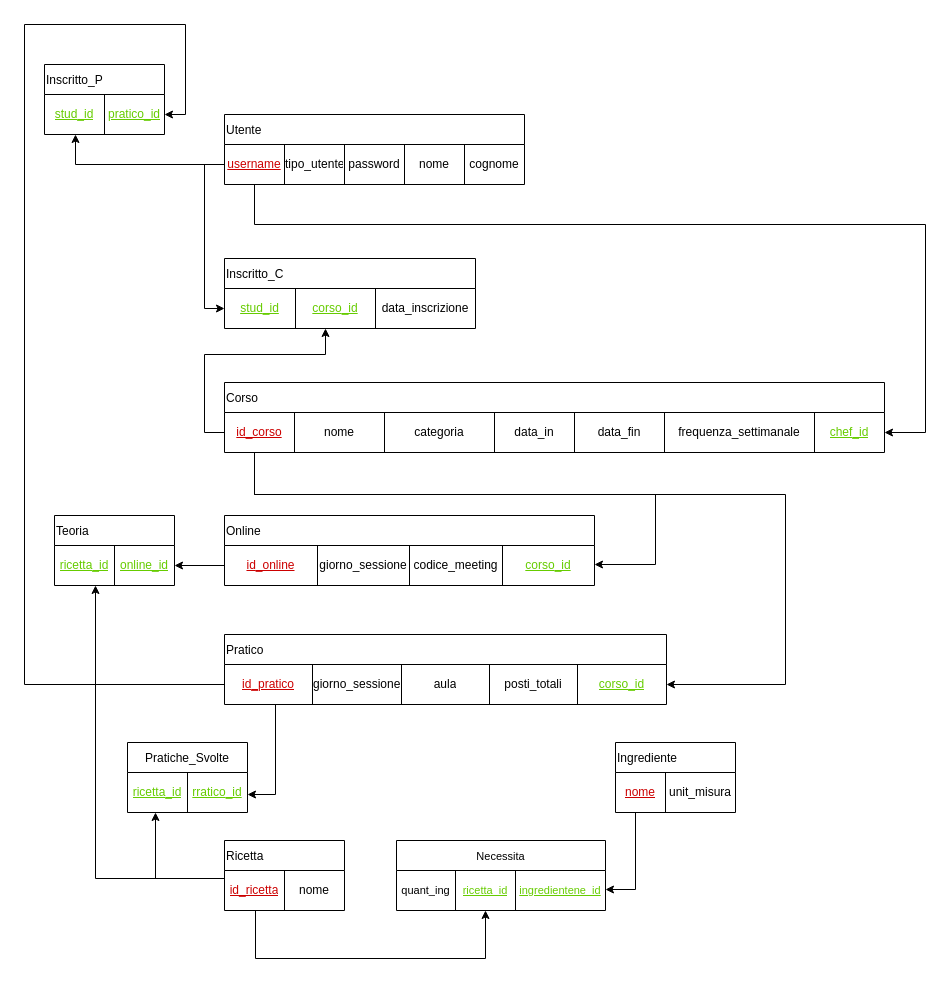
MetisWastaken/UninaFoodLab keeps this draw.io diagram as page "Schema logico" (4 of 4) of bdd/uml/UML1.drawio. Above is the earlier version. Source tidied: cells renumbered, new cells numbered last; positions are measured from the earlier drawing's top-left corner, leaving out a move shared by most shapes. Both pictures are drawn from the tidied source at 100%, with x=0, y=0 at pixel (24, 24).
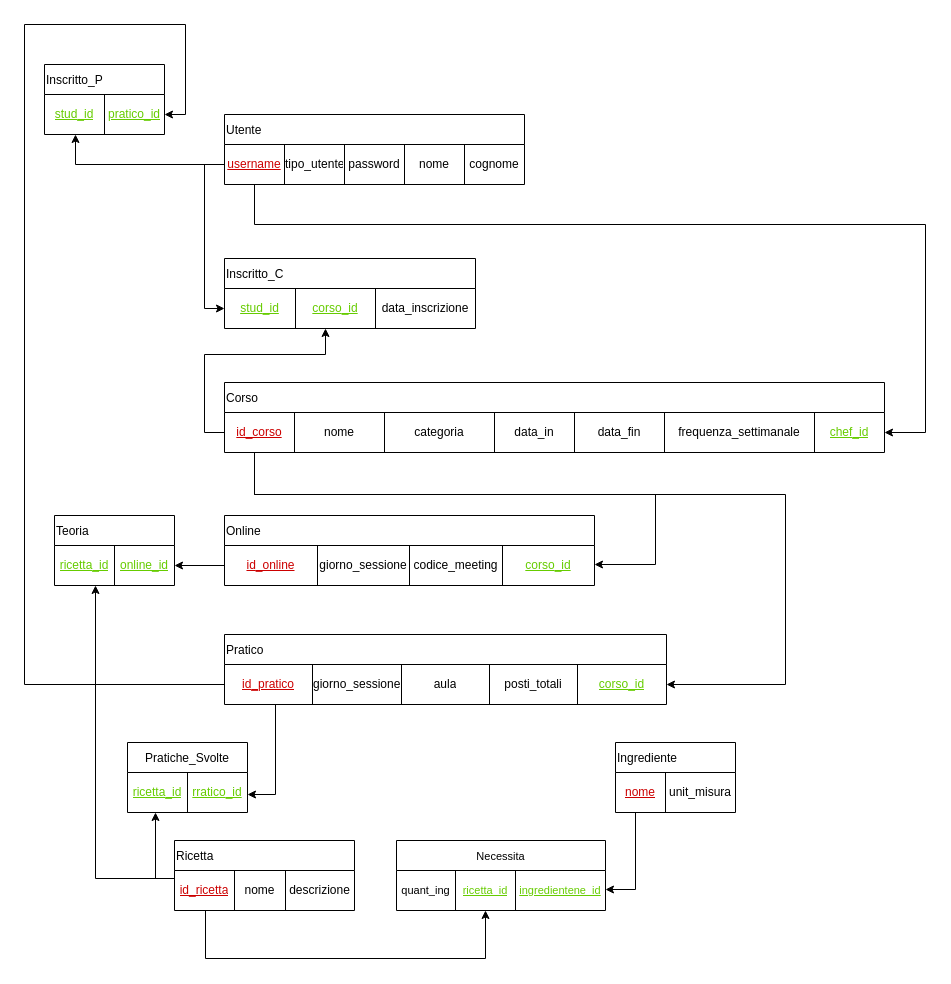
The same page after the edit.

Unchanged cells that the change refers to:
```xml
<mxCell id="63" style="shape=tableRow;horizontal=0;startSize=0;swimlaneHead=0;swimlaneBody=0;strokeColor=inherit;top=0;left=0;bottom=0;right=0;fillColor=none;points=[[0,0.5],[1,0.5]];portConstraint=eastwest;fontFamily=Helvetica;fontSize=11;fontColor=default;labelBackgroundColor=default;" parent="62" vertex="1">
  <mxGeometry y="30" width="209" height="40" as="geometry" />
</mxCell>
```

Diff of the diagram source:
```diff
@@
     <mxCell id="45" value="Ricetta" style="shape=table;startSize=30;childLayout=tableLayout;align=left;" parent="1" vertex="1">
-      <mxGeometry x="200" y="816" width="120" height="70" as="geometry" />
+      <mxGeometry x="150" y="816" width="180" height="70" as="geometry" />
     </mxCell>
     <mxCell id="46" style="shape=tableRow;horizontal=0;startSize=0;swimlaneHead=0;swimlaneBody=0;strokeColor=inherit;top=0;left=0;bottom=0;right=0;fillColor=none;points=[[0,0.5],[1,0.5]];portConstraint=eastwest;" parent="45" vertex="1">
-      <mxGeometry y="30" width="120" height="40" as="geometry" />
+      <mxGeometry y="30" width="180" height="40" as="geometry" />
     </mxCell>
@@
     <mxCell id="48" value="nome" style="shape=partialRectangle;html=1;whiteSpace=wrap;strokeColor=inherit;overflow=hidden;fillColor=none;top=0;left=0;bottom=0;right=0;" parent="46" vertex="1">
-      <mxGeometry x="60" width="60" height="40" as="geometry" />
+      <mxGeometry x="60" width="51" height="40" as="geometry" />
     </mxCell>
+    <mxCell id="74" value="descrizione" style="shape=partialRectangle;html=1;whiteSpace=wrap;strokeColor=inherit;overflow=hidden;fillColor=none;top=0;left=0;bottom=0;right=0;" parent="46" vertex="1">
+      <mxGeometry x="111" width="69" height="40" as="geometry" />
+    </mxCell>
@@
     <mxCell id="68" style="edgeStyle=orthogonalEdgeStyle;shape=connector;rounded=0;jettySize=auto;html=1;strokeColor=default;align=center;verticalAlign=middle;fontFamily=Helvetica;fontSize=11;fontColor=default;labelBackgroundColor=default;endArrow=classic;" parent="1" edge="1" source="46" target="63">
       <mxGeometry relative="1" as="geometry">
         <Array as="points">
-          <mxPoint x="231" y="934" />
+          <mxPoint x="181" y="934" />
           <mxPoint x="461" y="934" />
         </Array>
       </mxGeometry>
     </mxCell>
```
